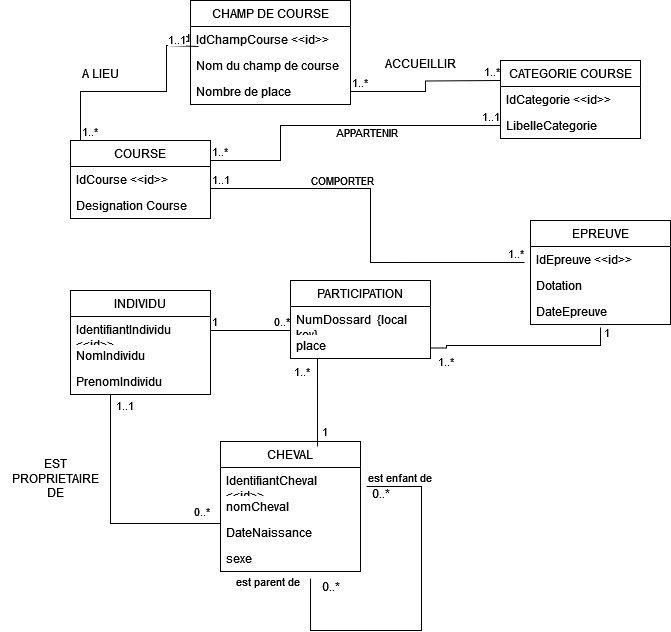
This is 3_UML/3.1_diagrammeClasse/data/hippique.png from sofaugeras/SIOB2, a draw.io export, as it was before one commit. Source tidied: cells renumbered, new cells last; positions are measured from the earlier drawing's top-left corner, leaving out a move shared by most shapes.
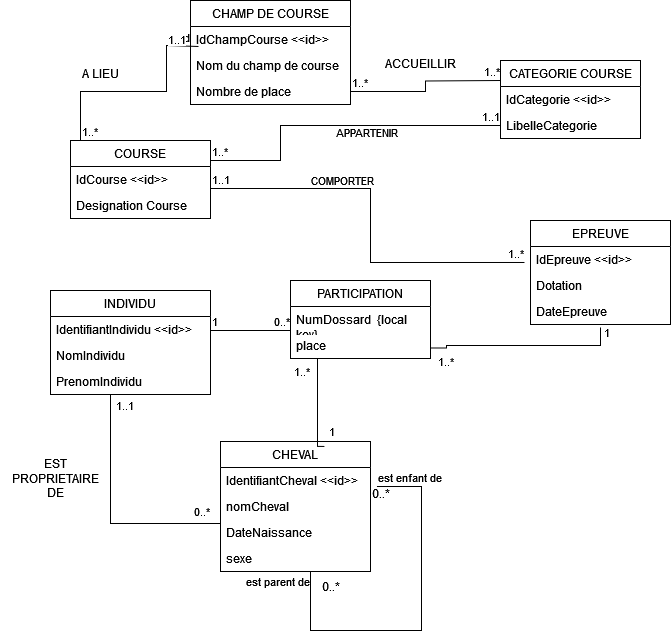
Above is the later version.

The edit, as a diff of the source:
```diff
@@ -45,33 +45,33 @@
       <mxGeometry y="52" width="140" height="26" as="geometry" />
     </mxCell>
     <mxCell id="16" value="INDIVIDU" style="swimlane;fontStyle=0;horizontal=1;startSize=26;fillColor=none;whiteSpace=wrap;html=1;" parent="1" vertex="1">
-      <mxGeometry x="70" y="290" width="140" height="104" as="geometry" />
+      <mxGeometry x="50" y="290" width="160" height="104" as="geometry" />
     </mxCell>
     <mxCell id="17" value="IdentifiantIndividu &amp;lt;&amp;lt;id&amp;gt;&amp;gt;" style="text;strokeColor=none;fillColor=none;align=left;verticalAlign=top;spacingLeft=4;spacingRight=4;overflow=hidden;whiteSpace=wrap;html=1;" parent="16" vertex="1">
-      <mxGeometry y="26" width="140" height="26" as="geometry" />
+      <mxGeometry y="26" width="160" height="26" as="geometry" />
     </mxCell>
     <mxCell id="18" value="NomIndividu" style="text;strokeColor=none;fillColor=none;align=left;verticalAlign=top;spacingLeft=4;spacingRight=4;overflow=hidden;whiteSpace=wrap;html=1;" parent="16" vertex="1">
-      <mxGeometry y="52" width="140" height="26" as="geometry" />
+      <mxGeometry y="52" width="160" height="26" as="geometry" />
     </mxCell>
     <mxCell id="19" value="PrenomIndividu" style="text;strokeColor=none;fillColor=none;align=left;verticalAlign=top;spacingLeft=4;spacingRight=4;overflow=hidden;whiteSpace=wrap;html=1;" parent="16" vertex="1">
-      <mxGeometry y="78" width="140" height="26" as="geometry" />
+      <mxGeometry y="78" width="160" height="26" as="geometry" />
     </mxCell>
     <mxCell id="20" value="CHEVAL" style="swimlane;fontStyle=0;horizontal=1;startSize=26;fillColor=none;whiteSpace=wrap;html=1;" parent="1" vertex="1">
-      <mxGeometry x="220" y="441" width="140" height="130" as="geometry" />
+      <mxGeometry x="220" y="441" width="150" height="130" as="geometry" />
     </mxCell>
     <mxCell id="21" value="IdentifiantCheval &amp;lt;&amp;lt;id&amp;gt;&amp;gt;" style="text;strokeColor=none;fillColor=none;align=left;verticalAlign=top;spacingLeft=4;spacingRight=4;overflow=hidden;whiteSpace=wrap;html=1;" parent="20" vertex="1">
-      <mxGeometry y="26" width="140" height="26" as="geometry" />
+      <mxGeometry y="26" width="150" height="26" as="geometry" />
     </mxCell>
     <mxCell id="22" value="nomCheval" style="text;strokeColor=none;fillColor=none;align=left;verticalAlign=top;spacingLeft=4;spacingRight=4;overflow=hidden;points=[[0,0.5],[1,0.5]];portConstraint=eastwest;whiteSpace=wrap;html=1;" parent="20" vertex="1">
-      <mxGeometry y="52" width="140" height="26" as="geometry" />
+      <mxGeometry y="52" width="150" height="26" as="geometry" />
     </mxCell>
     <mxCell id="23" value="DateNaissance" style="text;strokeColor=none;fillColor=none;align=left;verticalAlign=top;spacingLeft=4;spacingRight=4;overflow=hidden;whiteSpace=wrap;html=1;" parent="20" vertex="1">
-      <mxGeometry y="78" width="140" height="26" as="geometry" />
+      <mxGeometry y="78" width="150" height="26" as="geometry" />
     </mxCell>
     <mxCell id="24" value="sexe" style="text;strokeColor=none;fillColor=none;align=left;verticalAlign=top;spacingLeft=4;spacingRight=4;overflow=hidden;points=[[0,0.5],[1,0.5]];portConstraint=eastwest;whiteSpace=wrap;html=1;" parent="20" vertex="1">
-      <mxGeometry y="104" width="140" height="26" as="geometry" />
+      <mxGeometry y="104" width="150" height="26" as="geometry" />
     </mxCell>
-    <mxCell id="25" style="endArrow=none;html=1;edgeStyle=orthogonalEdgeStyle;rounded=0;exitX=1.043;exitY=-0.269;exitDx=0;exitDy=0;exitPerimeter=0;entryX=0.643;entryY=1.269;entryDx=0;entryDy=0;entryPerimeter=0;" parent="20" edge="1" source="22" target="24">
+    <mxCell id="25" style="endArrow=none;html=1;edgeStyle=orthogonalEdgeStyle;rounded=0;exitX=1.043;exitY=-0.269;exitDx=0;exitDy=0;exitPerimeter=0;" parent="20" edge="1" source="22" target="24">
       <mxGeometry relative="1" as="geometry">
         <Array as="points">
           <mxPoint x="201" y="45" />
@@ -85,7 +85,7 @@
     </mxCell>
     <mxCell id="27" value="est parent de " style="edgeLabel;html=1;align=right;verticalAlign=bottom;" parent="25" vertex="1">
       <mxGeometry x="1" relative="1" as="geometry">
-        <mxPoint x="-10" y="12" as="offset" />
+        <mxPoint y="19" as="offset" />
       </mxGeometry>
     </mxCell>
     <mxCell id="28" value="0..*" style="text;html=1;align=center;verticalAlign=middle;strokeColor=none;fillColor=none;" parent="1" vertex="1">
```
